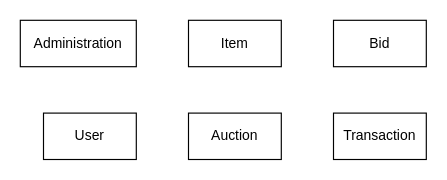
The draw.io diagram page "key abstraction" (3 of 23) of ooad-usecase-model.drawio in dotruong1910/ooad, before the edit. Source tidied: cells renumbered, new cells numbered last; positions are measured from the earlier drawing's top-left corner, leaving out a move shared by most shapes. Both pictures are drawn from the tidied source at 116%, with x=0, y=0 at pixel (20, 20).
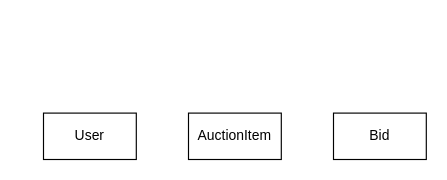
The same page after the edit.

Change to the diagram source:
```diff
@@
 <mxGraphModel>
   <root>
     <mxCell id="0" />
     <mxCell id="1" parent="0" />
-    <mxCell id="2" value="Administration" style="html=1;align=center;verticalAlign=middle;dashed=0;whiteSpace=wrap;" parent="1" vertex="1">
-      <mxGeometry width="100" height="40" as="geometry" />
-    </mxCell>
-    <mxCell id="3" value="Item" style="html=1;align=center;verticalAlign=middle;dashed=0;whiteSpace=wrap;" parent="1" vertex="1">
-      <mxGeometry x="145" width="80" height="40" as="geometry" />
-    </mxCell>
     <mxCell id="4" value="Bid" style="html=1;align=center;verticalAlign=middle;dashed=0;whiteSpace=wrap;" parent="1" vertex="1">
-      <mxGeometry x="270" width="80" height="40" as="geometry" />
+      <mxGeometry x="270" y="80" width="80" height="40" as="geometry" />
     </mxCell>
-    <mxCell id="5" value="Auction" style="html=1;align=center;verticalAlign=middle;dashed=0;whiteSpace=wrap;" parent="1" vertex="1">
+    <mxCell id="5" value="AuctionItem" style="html=1;align=center;verticalAlign=middle;dashed=0;whiteSpace=wrap;" parent="1" vertex="1">
       <mxGeometry x="145" y="80" width="80" height="40" as="geometry" />
     </mxCell>
-    <mxCell id="6" value="Transaction" style="html=1;align=center;verticalAlign=middle;dashed=0;whiteSpace=wrap;" parent="1" vertex="1">
-      <mxGeometry x="270" y="80" width="80" height="40" as="geometry" />
-    </mxCell>
     <mxCell id="7" value="User" style="html=1;align=center;verticalAlign=middle;dashed=0;whiteSpace=wrap;" parent="1" vertex="1">
       <mxGeometry x="20" y="80" width="80" height="40" as="geometry" />
     </mxCell>
   </root>
 </mxGraphModel>
```
